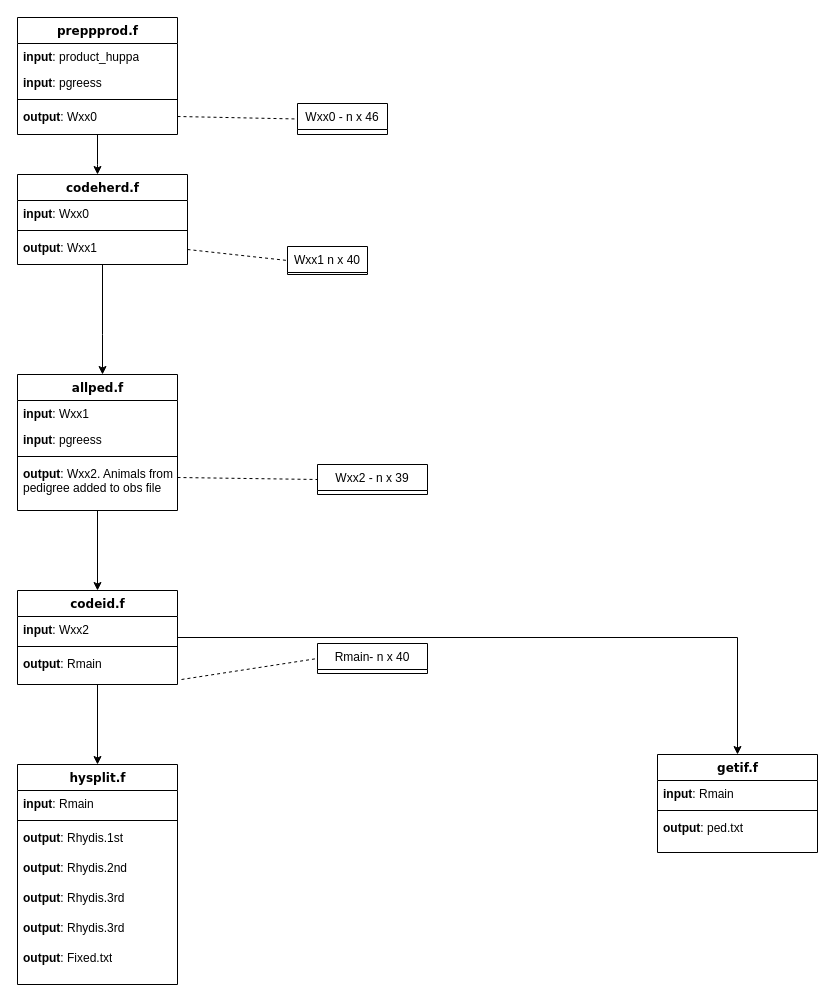
This is gamla pipulögn.drawio from radgjafamidstod-landbunadarins/gamla_pipulina, a draw.io file, before an edit. Source tidied: cells renumbered, new cells numbered last; positions are measured from the earlier drawing's top-left corner, leaving out a move shared by most shapes. Both pictures are drawn from the tidied source at 100%, with x=0, y=0 at pixel (17, 17).
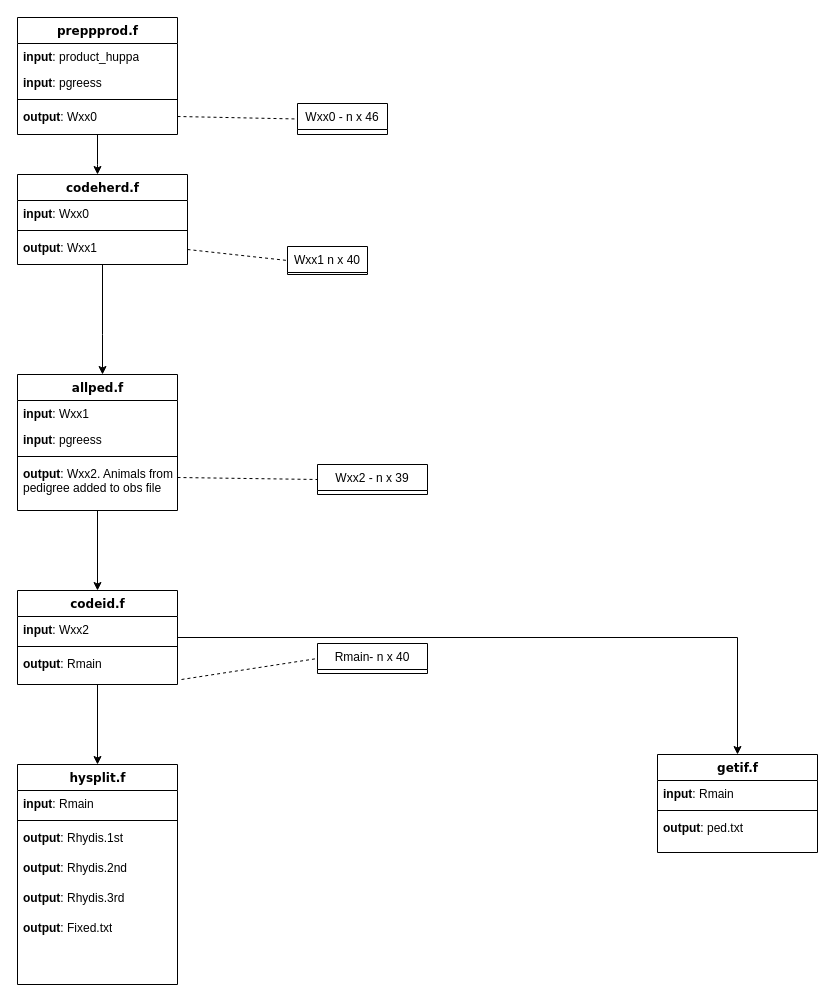
The same diagram, later.

Unchanged cells that the change refers to:
```xml
<mxCell id="37" value="hysplit.f" style="swimlane;html=1;fontStyle=1;align=center;verticalAlign=top;horizontal=1;startSize=26;swimlaneFillColor=#ffffff;rounded=0;shadow=0;comic=0;labelBackgroundColor=none;strokeWidth=1;fillColor=none;fontFamily=Verdana;fontSize=12;" parent="1" vertex="1">
  <mxGeometry y="747" width="160" height="220" as="geometry" />
</mxCell>
```

Diff of the diagram source:
```diff
@@
-    <mxCell id="43" value="&lt;b&gt;output&lt;/b&gt;:&amp;nbsp;&lt;span&gt;Rhydis.3rd&lt;br&gt;&lt;br&gt;&lt;/span&gt;" style="text;html=1;strokeColor=none;fillColor=none;align=left;verticalAlign=top;spacingLeft=4;spacingRight=4;whiteSpace=wrap;overflow=hidden;" parent="37" vertex="1">
-      <mxGeometry y="150" width="160" height="30" as="geometry" />
-    </mxCell>
     <mxCell id="44" value="&lt;b&gt;output&lt;/b&gt;:&amp;nbsp;&lt;span&gt;Fixed.txt&lt;br&gt;&lt;/span&gt;" style="text;html=1;strokeColor=none;fillColor=none;align=left;verticalAlign=top;spacingLeft=4;spacingRight=4;whiteSpace=wrap;overflow=hidden;" parent="37" vertex="1">
-      <mxGeometry y="180" width="160" height="30" as="geometry" />
+      <mxGeometry y="150" width="160" height="30" as="geometry" />
     </mxCell>
```
